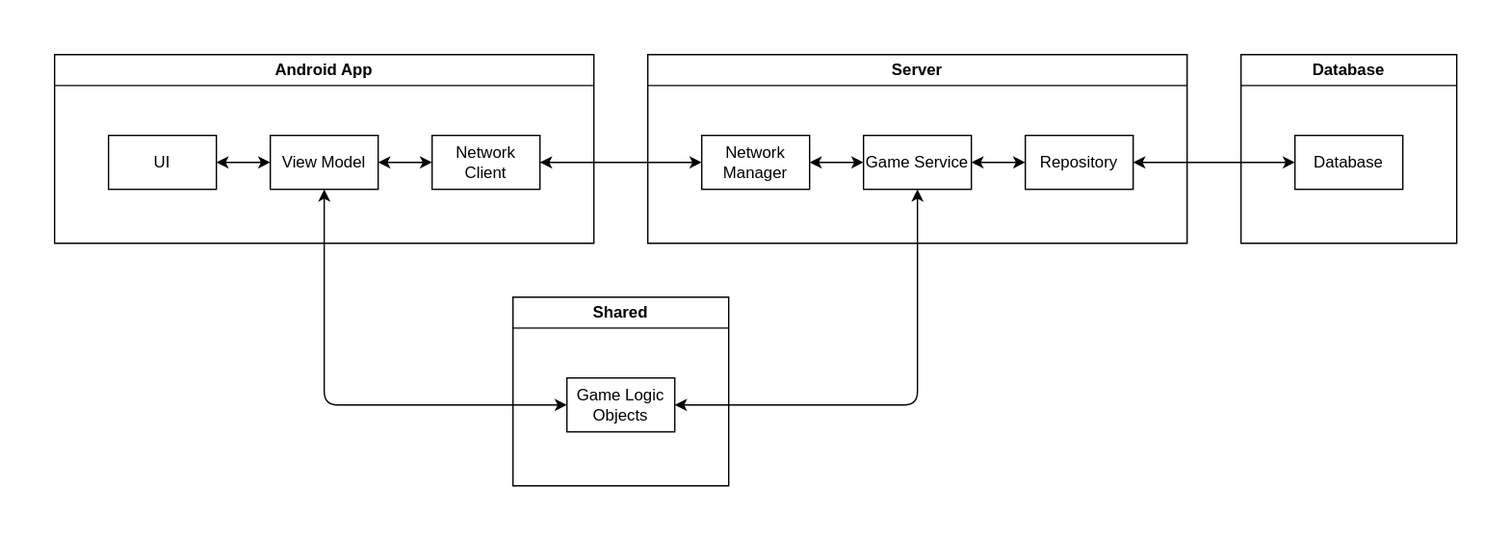
Above: docs/architecture.svg in AAUSoftwareEngineering2/SE2_Gruppenprojekt (draw.io), before the change. Source tidied: cells renumbered, new cells last; positions are measured from the earlier drawing's top-left corner, leaving out a move shared by most shapes. Source of this version:
```xml
<mxGraphModel>
  <root>
    <mxCell id="0" />
    <mxCell id="1" parent="0" />
    <mxCell id="2" value="Android App" style="swimlane;whiteSpace=wrap;html=1;" parent="1" vertex="1">
      <mxGeometry width="400" height="140" as="geometry" />
    </mxCell>
    <mxCell id="3" value="View Model" style="rounded=0;whiteSpace=wrap;html=1;" parent="2" vertex="1">
      <mxGeometry x="160" y="60" width="80" height="40" as="geometry" />
    </mxCell>
    <mxCell id="4" value="UI" style="rounded=0;whiteSpace=wrap;html=1;" parent="2" vertex="1">
      <mxGeometry x="40" y="60" width="80" height="40" as="geometry" />
    </mxCell>
    <mxCell id="5" style="endArrow=classic;startArrow=classic;html=1;rounded=0;exitX=1;exitY=0.5;exitDx=0;exitDy=0;entryX=0;entryY=0.5;entryDx=0;entryDy=0;" parent="2" edge="1" source="4" target="3">
      <mxGeometry relative="1" as="geometry" />
    </mxCell>
    <mxCell id="6" value="Network Client" style="rounded=0;whiteSpace=wrap;html=1;" parent="2" vertex="1">
      <mxGeometry x="280" y="60" width="80" height="40" as="geometry" />
    </mxCell>
    <mxCell id="7" style="endArrow=classic;startArrow=classic;html=1;rounded=0;exitX=1;exitY=0.5;exitDx=0;exitDy=0;entryX=0;entryY=0.5;entryDx=0;entryDy=0;" parent="2" edge="1" source="3" target="6">
      <mxGeometry relative="1" as="geometry" />
    </mxCell>
    <mxCell id="8" value="Server" style="swimlane;whiteSpace=wrap;html=1;" parent="1" vertex="1">
      <mxGeometry x="440" width="400" height="140" as="geometry" />
    </mxCell>
    <mxCell id="9" value="Network Manager" style="rounded=0;whiteSpace=wrap;html=1;" parent="8" vertex="1">
      <mxGeometry x="40" y="60" width="80" height="40" as="geometry" />
    </mxCell>
    <mxCell id="10" value="Game Service" style="rounded=0;whiteSpace=wrap;html=1;" parent="8" vertex="1">
      <mxGeometry x="160" y="60" width="80" height="40" as="geometry" />
    </mxCell>
    <mxCell id="11" value="Repository" style="rounded=0;whiteSpace=wrap;html=1;" parent="8" vertex="1">
      <mxGeometry x="280" y="60" width="80" height="40" as="geometry" />
    </mxCell>
    <mxCell id="12" style="endArrow=classic;startArrow=classic;html=1;rounded=0;exitX=1;exitY=0.5;exitDx=0;exitDy=0;entryX=0;entryY=0.5;entryDx=0;entryDy=0;" parent="8" edge="1" source="9" target="10">
      <mxGeometry relative="1" as="geometry" />
    </mxCell>
    <mxCell id="13" style="endArrow=classic;startArrow=classic;html=1;rounded=0;exitX=1;exitY=0.5;exitDx=0;exitDy=0;entryX=0;entryY=0.5;entryDx=0;entryDy=0;" parent="8" edge="1" source="10" target="11">
      <mxGeometry relative="1" as="geometry" />
    </mxCell>
    <mxCell id="14" value="Database" style="swimlane;whiteSpace=wrap;html=1;" parent="1" vertex="1">
      <mxGeometry x="880" width="160" height="140" as="geometry" />
    </mxCell>
    <mxCell id="15" value="Database" style="rounded=0;whiteSpace=wrap;html=1;" parent="14" vertex="1">
      <mxGeometry x="40" y="60" width="80" height="40" as="geometry" />
    </mxCell>
    <mxCell id="16" style="endArrow=classic;startArrow=classic;html=1;rounded=0;exitX=1;exitY=0.5;exitDx=0;exitDy=0;entryX=0;entryY=0.5;entryDx=0;entryDy=0;" parent="1" edge="1" source="6" target="9">
      <mxGeometry relative="1" as="geometry" />
    </mxCell>
    <mxCell id="17" style="endArrow=classic;startArrow=classic;html=1;rounded=0;exitX=1;exitY=0.5;exitDx=0;exitDy=0;entryX=0;entryY=0.5;entryDx=0;entryDy=0;" parent="1" edge="1" source="11" target="15">
      <mxGeometry relative="1" as="geometry" />
    </mxCell>
    <mxCell id="18" value="Shared" style="swimlane;whiteSpace=wrap;html=1;" parent="1" vertex="1">
      <mxGeometry x="340" y="180" width="160" height="140" as="geometry" />
    </mxCell>
    <mxCell id="19" value="Game Logic Objects" style="rounded=0;whiteSpace=wrap;html=1;" parent="18" vertex="1">
      <mxGeometry x="40" y="60" width="80" height="40" as="geometry" />
    </mxCell>
    <mxCell id="20" style="endArrow=classic;startArrow=classic;html=1;rounded=1;exitX=0.5;exitY=1;exitDx=0;exitDy=0;entryX=0;entryY=0.5;entryDx=0;entryDy=0;curved=0;" parent="1" edge="1" source="3" target="19">
      <mxGeometry relative="1" as="geometry">
        <Array as="points">
          <mxPoint x="200" y="260" />
        </Array>
      </mxGeometry>
    </mxCell>
    <mxCell id="21" style="endArrow=classic;startArrow=classic;html=1;rounded=1;entryX=0.5;entryY=1;entryDx=0;entryDy=0;exitX=1;exitY=0.5;exitDx=0;exitDy=0;curved=0;" parent="1" edge="1" source="19" target="10">
      <mxGeometry relative="1" as="geometry">
        <Array as="points">
          <mxPoint x="640" y="260" />
        </Array>
      </mxGeometry>
    </mxCell>
  </root>
</mxGraphModel>
```
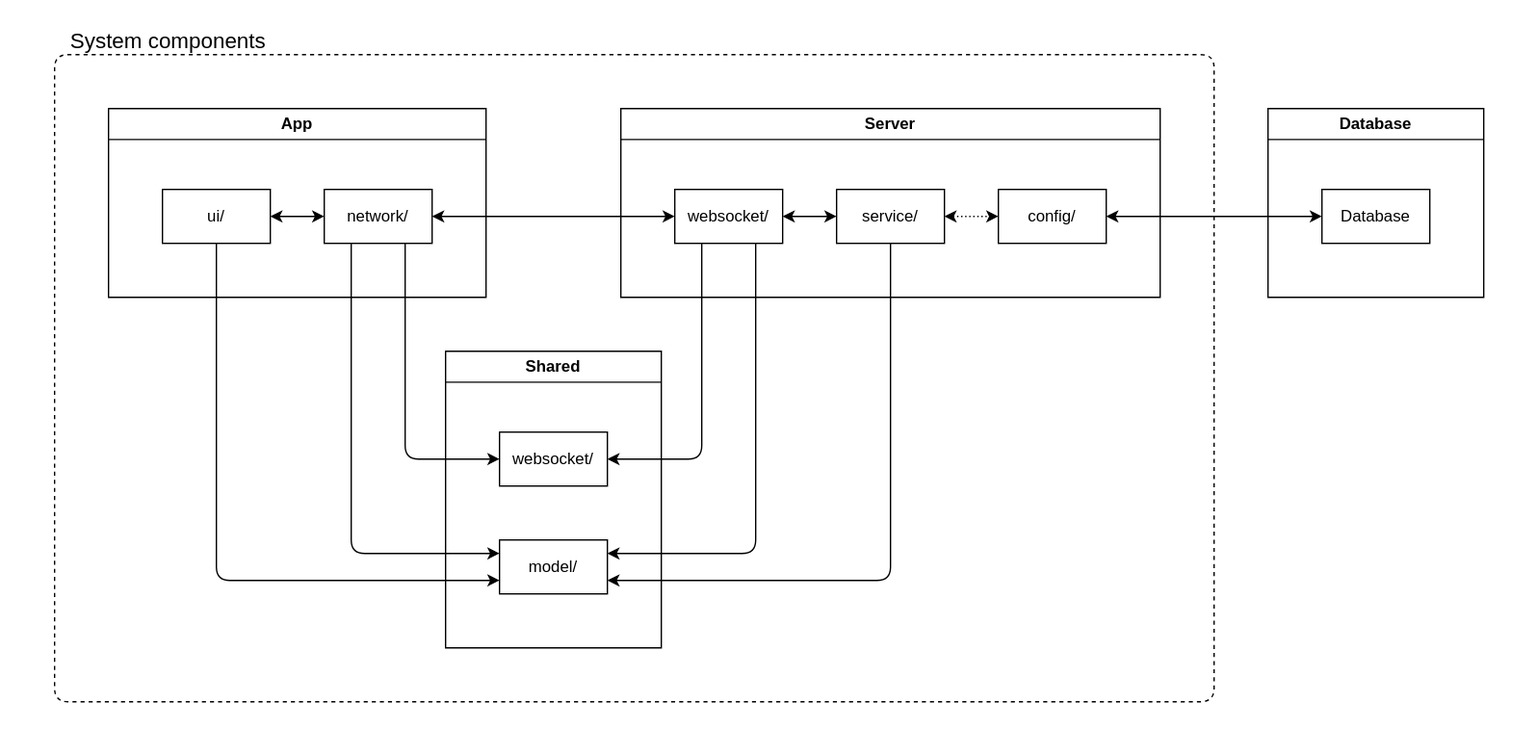
The same file after the commit.

Commit message:
docs: update architecture diagram to reflect project state

- Renamed "Android App" to "App" in order to mirror the module names.
- Replaced component names in the diagram with project package names.
- Updated component relationships to reflect the current project state.
- Separated system components from the external database.

Change to the diagram source:
```diff
@@ -2,44 +2,38 @@
   <root>
     <mxCell id="0" />
     <mxCell id="1" parent="0" />
-    <mxCell id="2" value="Android App" style="swimlane;whiteSpace=wrap;html=1;" parent="1" vertex="1">
-      <mxGeometry width="400" height="140" as="geometry" />
+    <mxCell id="2" value="App" style="swimlane;whiteSpace=wrap;html=1;" parent="1" vertex="1">
+      <mxGeometry x="40" y="40" width="280" height="140" as="geometry" />
     </mxCell>
-    <mxCell id="3" value="View Model" style="rounded=0;whiteSpace=wrap;html=1;" parent="2" vertex="1">
-      <mxGeometry x="160" y="60" width="80" height="40" as="geometry" />
-    </mxCell>
-    <mxCell id="4" value="UI" style="rounded=0;whiteSpace=wrap;html=1;" parent="2" vertex="1">
+    <mxCell id="4" value="ui/" style="rounded=0;whiteSpace=wrap;html=1;" parent="2" vertex="1">
       <mxGeometry x="40" y="60" width="80" height="40" as="geometry" />
     </mxCell>
-    <mxCell id="5" style="endArrow=classic;startArrow=classic;html=1;rounded=0;exitX=1;exitY=0.5;exitDx=0;exitDy=0;entryX=0;entryY=0.5;entryDx=0;entryDy=0;" parent="2" edge="1" source="4" target="3">
-      <mxGeometry relative="1" as="geometry" />
-    </mxCell>
-    <mxCell id="6" value="Network Client" style="rounded=0;whiteSpace=wrap;html=1;" parent="2" vertex="1">
-      <mxGeometry x="280" y="60" width="80" height="40" as="geometry" />
+    <mxCell id="6" value="network/" style="rounded=0;whiteSpace=wrap;html=1;" parent="2" vertex="1">
+      <mxGeometry x="160" y="60" width="80" height="40" as="geometry" />
     </mxCell>
-    <mxCell id="7" style="endArrow=classic;startArrow=classic;html=1;rounded=0;exitX=1;exitY=0.5;exitDx=0;exitDy=0;entryX=0;entryY=0.5;entryDx=0;entryDy=0;" parent="2" edge="1" source="3" target="6">
+    <mxCell id="7" style="endArrow=classic;startArrow=classic;html=1;rounded=0;entryX=0;entryY=0.5;entryDx=0;entryDy=0;exitX=1;exitY=0.5;exitDx=0;exitDy=0;" parent="2" edge="1" source="4" target="6">
       <mxGeometry relative="1" as="geometry" />
     </mxCell>
     <mxCell id="8" value="Server" style="swimlane;whiteSpace=wrap;html=1;" parent="1" vertex="1">
-      <mxGeometry x="440" width="400" height="140" as="geometry" />
+      <mxGeometry x="420" y="40" width="400" height="140" as="geometry" />
     </mxCell>
-    <mxCell id="9" value="Network Manager" style="rounded=0;whiteSpace=wrap;html=1;" parent="8" vertex="1">
+    <mxCell id="9" value="websocket/" style="rounded=0;whiteSpace=wrap;html=1;" parent="8" vertex="1">
       <mxGeometry x="40" y="60" width="80" height="40" as="geometry" />
     </mxCell>
-    <mxCell id="10" value="Game Service" style="rounded=0;whiteSpace=wrap;html=1;" parent="8" vertex="1">
+    <mxCell id="10" value="service/" style="rounded=0;whiteSpace=wrap;html=1;" parent="8" vertex="1">
       <mxGeometry x="160" y="60" width="80" height="40" as="geometry" />
     </mxCell>
-    <mxCell id="11" value="Repository" style="rounded=0;whiteSpace=wrap;html=1;" parent="8" vertex="1">
+    <mxCell id="11" value="config/" style="rounded=0;whiteSpace=wrap;html=1;" parent="8" vertex="1">
       <mxGeometry x="280" y="60" width="80" height="40" as="geometry" />
     </mxCell>
     <mxCell id="12" style="endArrow=classic;startArrow=classic;html=1;rounded=0;exitX=1;exitY=0.5;exitDx=0;exitDy=0;entryX=0;entryY=0.5;entryDx=0;entryDy=0;" parent="8" edge="1" source="9" target="10">
       <mxGeometry relative="1" as="geometry" />
     </mxCell>
-    <mxCell id="13" style="endArrow=classic;startArrow=classic;html=1;rounded=0;exitX=1;exitY=0.5;exitDx=0;exitDy=0;entryX=0;entryY=0.5;entryDx=0;entryDy=0;" parent="8" edge="1" source="10" target="11">
+    <mxCell id="13" style="endArrow=classic;startArrow=classic;html=1;rounded=0;exitX=1;exitY=0.5;exitDx=0;exitDy=0;entryX=0;entryY=0.5;entryDx=0;entryDy=0;dashed=1;dashPattern=1 2;" parent="8" edge="1" source="10" target="11">
       <mxGeometry relative="1" as="geometry" />
     </mxCell>
     <mxCell id="14" value="Database" style="swimlane;whiteSpace=wrap;html=1;" parent="1" vertex="1">
-      <mxGeometry x="880" width="160" height="140" as="geometry" />
+      <mxGeometry x="900" y="40" width="160" height="140" as="geometry" />
     </mxCell>
     <mxCell id="15" value="Database" style="rounded=0;whiteSpace=wrap;html=1;" parent="14" vertex="1">
       <mxGeometry x="40" y="60" width="80" height="40" as="geometry" />
@@ -51,24 +45,46 @@
       <mxGeometry relative="1" as="geometry" />
     </mxCell>
     <mxCell id="18" value="Shared" style="swimlane;whiteSpace=wrap;html=1;" parent="1" vertex="1">
-      <mxGeometry x="340" y="180" width="160" height="140" as="geometry" />
+      <mxGeometry x="290" y="220" width="160" height="220" as="geometry" />
     </mxCell>
-    <mxCell id="19" value="Game Logic Objects" style="rounded=0;whiteSpace=wrap;html=1;" parent="18" vertex="1">
-      <mxGeometry x="40" y="60" width="80" height="40" as="geometry" />
+    <mxCell id="19" value="model/" style="rounded=0;whiteSpace=wrap;html=1;" parent="18" vertex="1">
+      <mxGeometry x="40" y="140" width="80" height="40" as="geometry" />
     </mxCell>
-    <mxCell id="20" style="endArrow=classic;startArrow=classic;html=1;rounded=1;exitX=0.5;exitY=1;exitDx=0;exitDy=0;entryX=0;entryY=0.5;entryDx=0;entryDy=0;curved=0;" parent="1" edge="1" source="3" target="19">
-      <mxGeometry relative="1" as="geometry">
-        <Array as="points">
-          <mxPoint x="200" y="260" />
-        </Array>
-      </mxGeometry>
-    </mxCell>
-    <mxCell id="21" style="endArrow=classic;startArrow=classic;html=1;rounded=1;entryX=0.5;entryY=1;entryDx=0;entryDy=0;exitX=1;exitY=0.5;exitDx=0;exitDy=0;curved=0;" parent="1" edge="1" source="19" target="10">
-      <mxGeometry relative="1" as="geometry">
-        <Array as="points">
-          <mxPoint x="640" y="260" />
-        </Array>
-      </mxGeometry>
-    </mxCell>
+    <mxCell id="22" value="websocket/" style="rounded=0;whiteSpace=wrap;html=1;" parent="18" vertex="1">
+      <mxGeometry x="40" y="60" width="80" height="40" as="geometry" />
+    </mxCell>
+    <mxCell id="23" style="edgeStyle=orthogonalEdgeStyle;rounded=1;jettySize=auto;html=1;exitX=0.5;exitY=1;exitDx=0;exitDy=0;entryX=0;entryY=0.75;entryDx=0;entryDy=0;curved=0;" parent="1" edge="1" source="4" target="19">
+      <mxGeometry relative="1" as="geometry" />
+    </mxCell>
+    <mxCell id="24" style="edgeStyle=orthogonalEdgeStyle;rounded=1;jettySize=auto;html=1;exitX=0.5;exitY=1;exitDx=0;exitDy=0;entryX=1;entryY=0.75;entryDx=0;entryDy=0;curved=0;" parent="1" edge="1" source="10" target="19">
+      <mxGeometry relative="1" as="geometry" />
+    </mxCell>
+    <mxCell id="25" style="edgeStyle=orthogonalEdgeStyle;rounded=1;jettySize=auto;html=1;exitX=0.75;exitY=1;exitDx=0;exitDy=0;entryX=0;entryY=0.5;entryDx=0;entryDy=0;curved=0;" parent="1" edge="1" source="6" target="22">
+      <mxGeometry relative="1" as="geometry" />
+    </mxCell>
+    <mxCell id="26" style="edgeStyle=orthogonalEdgeStyle;rounded=1;jettySize=auto;html=1;exitX=0.25;exitY=1;exitDx=0;exitDy=0;entryX=1;entryY=0.5;entryDx=0;entryDy=0;curved=0;" parent="1" edge="1" source="9" target="22">
+      <mxGeometry relative="1" as="geometry" />
+    </mxCell>
+    <mxCell id="27" style="edgeStyle=orthogonalEdgeStyle;rounded=1;jettySize=auto;html=1;exitX=0.75;exitY=1;exitDx=0;exitDy=0;curved=0;entryX=1;entryY=0.25;entryDx=0;entryDy=0;" parent="1" edge="1" source="9" target="19">
+      <mxGeometry relative="1" as="geometry" />
+    </mxCell>
+    <mxCell id="28" style="edgeStyle=orthogonalEdgeStyle;rounded=1;jettySize=auto;html=1;exitX=0.25;exitY=1;exitDx=0;exitDy=0;entryX=0;entryY=0.25;entryDx=0;entryDy=0;curved=0;" parent="1" edge="1" source="6" target="19">
+      <mxGeometry relative="1" as="geometry" />
+    </mxCell>
+    <mxCell id="29" value="System components" style="text;html=1;whiteSpace=wrap;strokeColor=none;fillColor=none;align=left;verticalAlign=middle;rounded=0;fontSize=16;" parent="1" vertex="1">
+      <mxGeometry x="10" y="-20" width="160" height="20" as="geometry" />
+    </mxCell>
+    <mxCell id="30" style="endArrow=none;dashed=1;html=1;rounded=1;curved=0;" parent="1" edge="1">
+      <mxGeometry relative="1" as="geometry">
+        <mxPoint x="430" as="sourcePoint" />
+        <mxPoint x="430" as="targetPoint" />
+        <Array as="points">
+          <mxPoint x="860" />
+          <mxPoint x="860" y="480" />
+          <mxPoint y="480" />
+          <mxPoint />
+        </Array>
+      </mxGeometry>
+    </mxCell>
   </root>
 </mxGraphModel>
```
